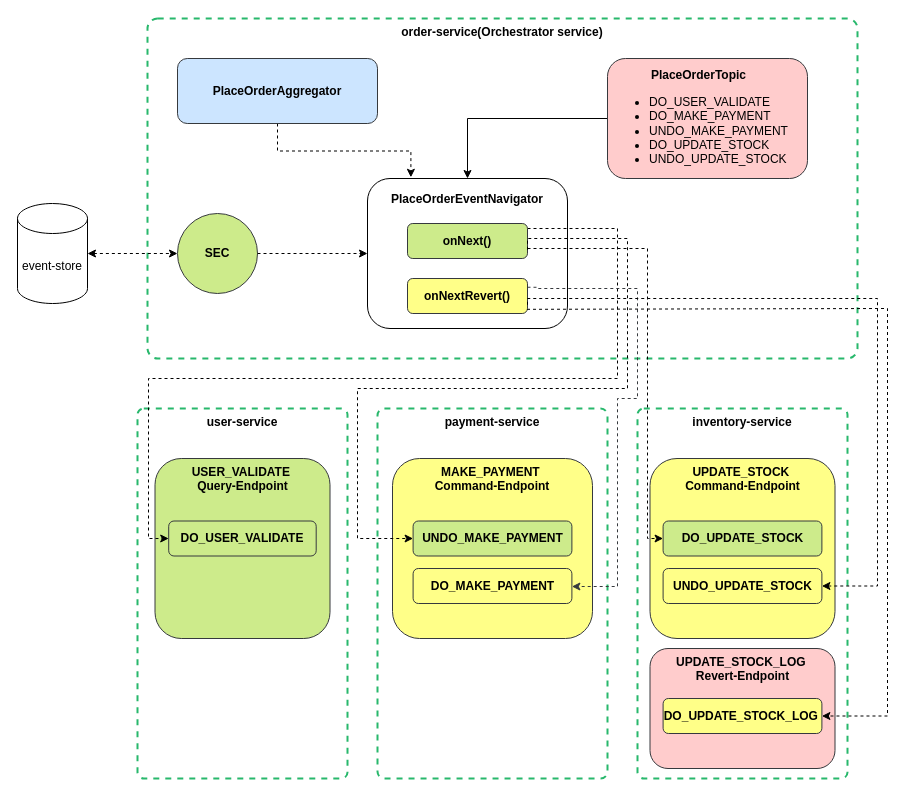
This is page "stacksaga-Kafka-starter-components-overview" (5 of 18) of resources/stacksaga-kafka-engine.drawio from stacksaga/stacksaga-docs, a draw.io file, before an edit. Source tidied: cells renumbered, new cells numbered last; positions are measured from the earlier drawing's top-left corner, leaving out a move shared by most shapes. Both pictures are drawn from the tidied source at 100%, with x=0, y=0 at pixel (17, 18).
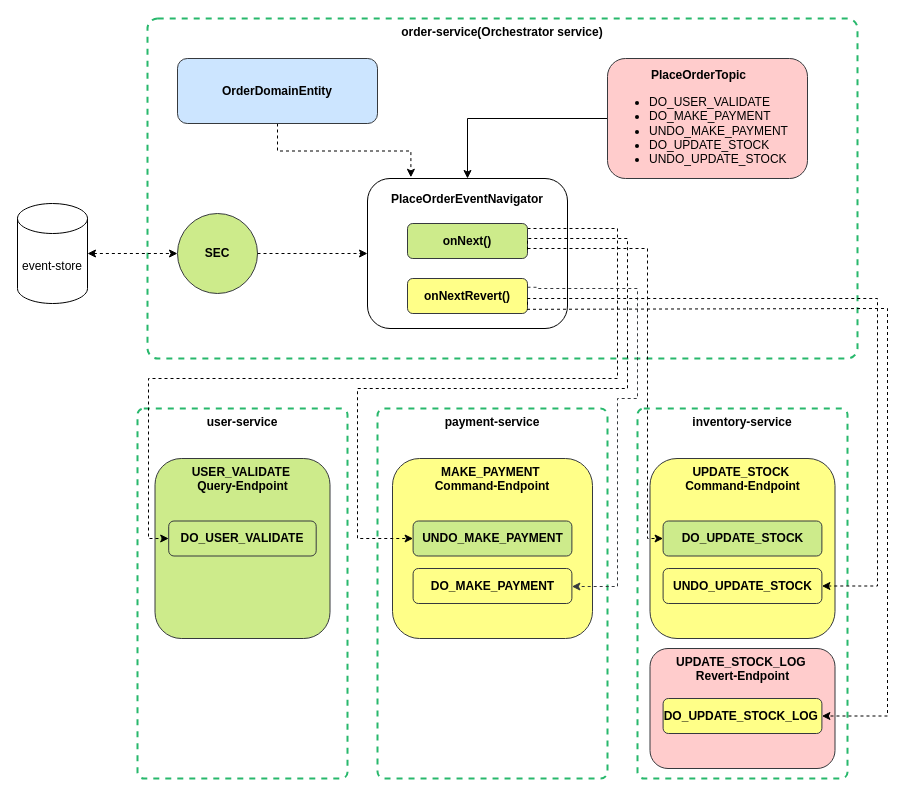
The same diagram, later.

Change to the diagram source:
```diff
@@
-    <mxCell id="11" value="&lt;b&gt;PlaceOrderAggregator&lt;/b&gt;" style="rounded=1;whiteSpace=wrap;html=1;fillColor=#cce5ff;strokeColor=#36393d;" parent="1" vertex="1">
+    <mxCell id="11" value="&lt;b&gt;OrderDomainEntity&lt;/b&gt;" style="rounded=1;whiteSpace=wrap;html=1;fillColor=#cce5ff;strokeColor=#36393d;" parent="1" vertex="1">
       <mxGeometry x="160" y="40" width="200" height="65" as="geometry" />
     </mxCell>
```
